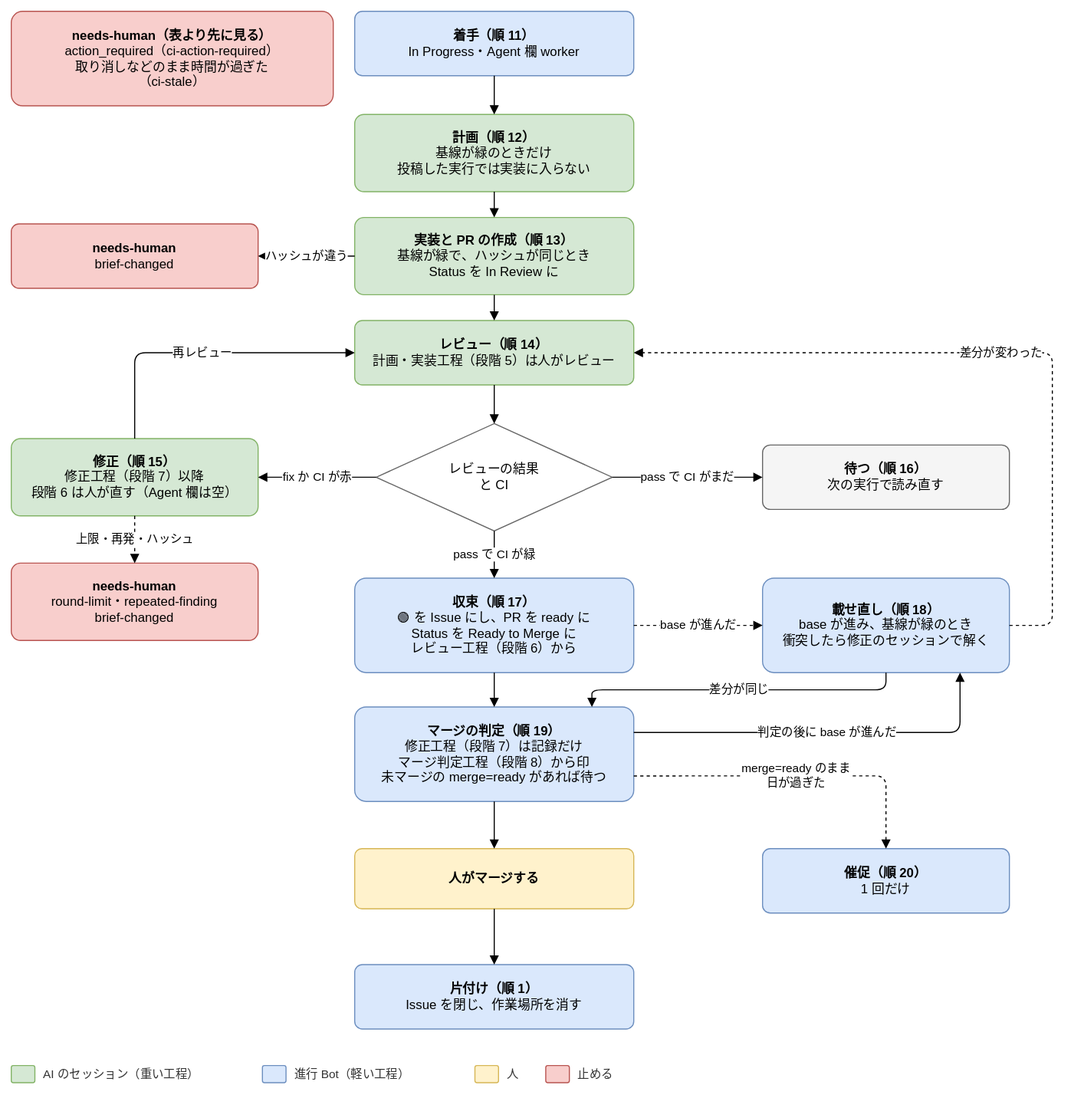
Joymerrevent/dev-autopilot keeps this draw.io diagram as docs/design/basic/diagrams/02-next-step-in-progress.drawio.svg. Above is the earlier version. Source tidied: cells renumbered, new cells last; positions are measured from the earlier drawing's top-left corner, leaving out a move shared by most shapes.
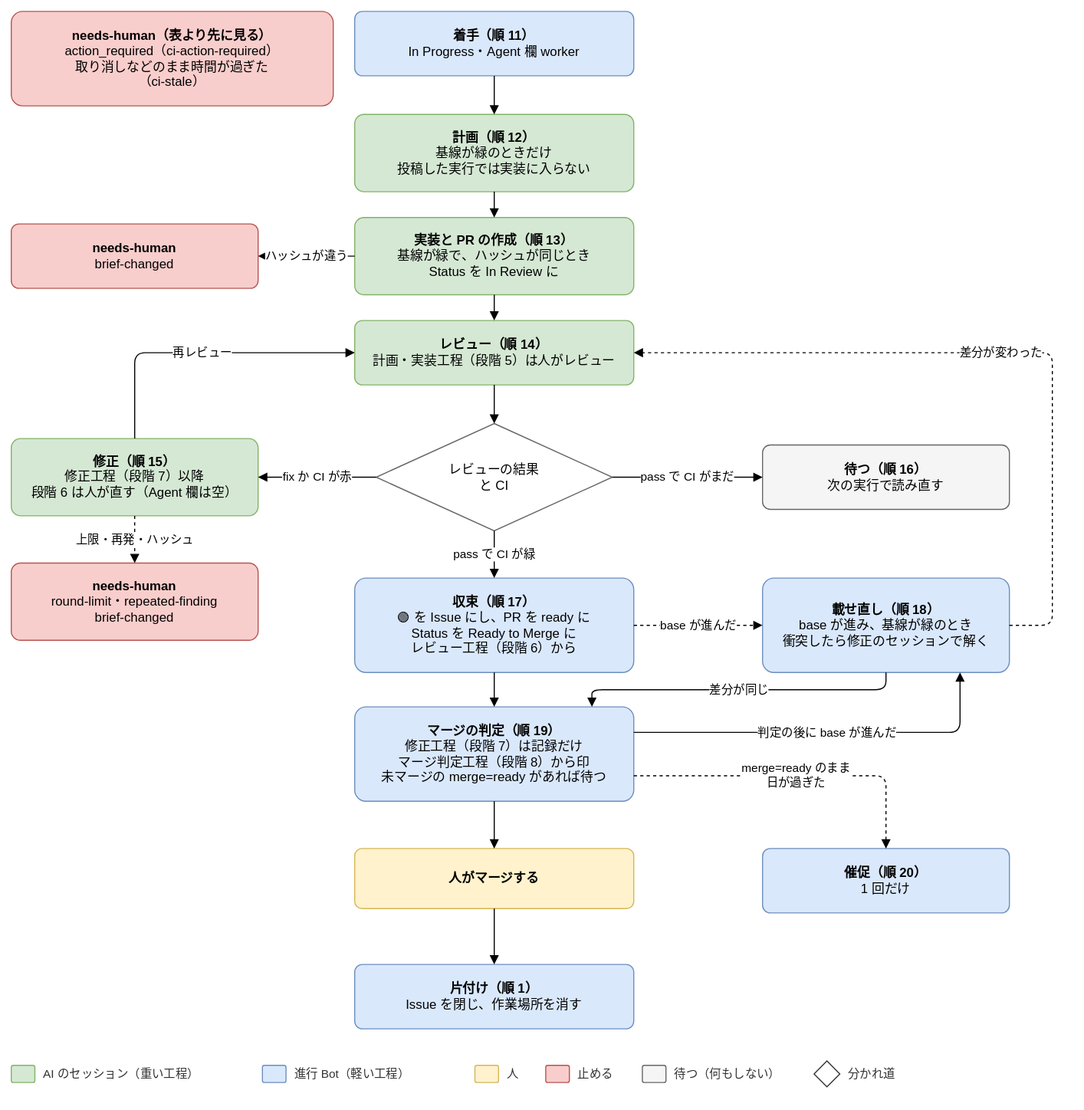
The same file after the commit.

The edit, as a diff of the source:
```diff
@@ -133,5 +133,17 @@
     <mxCell id="43" value="判定の後に base が進んだ" style="edgeStyle=orthogonalEdgeStyle;rounded=1;html=1;endArrow=block;endFill=1;fontSize=11;labelBackgroundColor=#ffffff;exitX=1;exitY=0.27;exitDx=0;exitDy=0;entryX=0.8;entryY=1;entryDx=0;entryDy=0;" parent="1" edge="1" source="12" target="11">
       <mxGeometry relative="1" as="geometry" />
     </mxCell>
+    <mxCell id="44" style="rounded=1;whiteSpace=wrap;html=1;fontSize=12;arcSize=12;spacing=12;fillColor=#f5f5f5;strokeColor=#666666;" parent="1" vertex="1">
+      <mxGeometry x="588" y="982" width="22" height="16" as="geometry" />
+    </mxCell>
+    <mxCell id="45" value="待つ（何もしない）" style="text;html=1;align=left;verticalAlign=middle;fontSize=11;fontColor=#333333;" parent="1" vertex="1">
+      <mxGeometry x="616" y="980" width="118" height="20" as="geometry" />
+    </mxCell>
+    <mxCell id="46" style="rhombus;whiteSpace=wrap;html=1;fontSize=12;fillColor=#ffffff;strokeColor=#333333;" parent="1" vertex="1">
+      <mxGeometry x="748" y="978" width="24" height="24" as="geometry" />
+    </mxCell>
+    <mxCell id="47" value="分かれ道" style="text;html=1;align=left;verticalAlign=middle;fontSize=11;fontColor=#333333;" parent="1" vertex="1">
+      <mxGeometry x="778" y="980" width="60" height="20" as="geometry" />
+    </mxCell>
   </root>
 </mxGraphModel>
```
